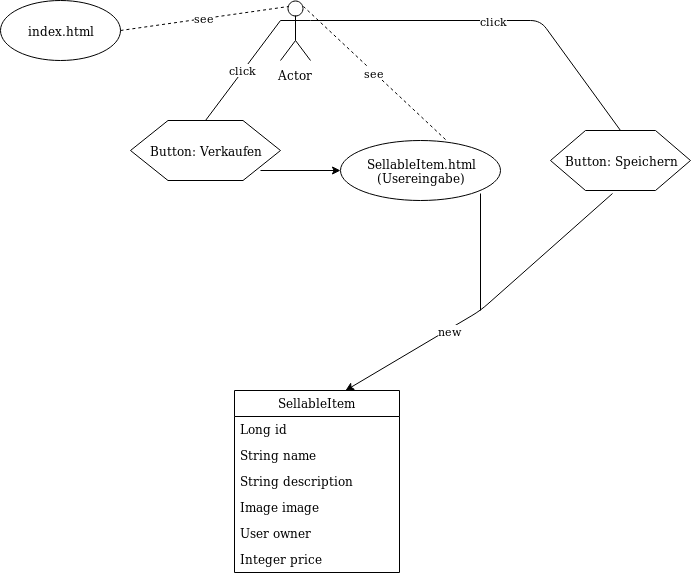
Before: Diagram/newSellableItem.png, a diagram exported from draw.io (Jukre111/Propra-im-Team). Source tidied: cells renumbered, new cells last; positions are measured from the earlier drawing's top-left corner, leaving out a move shared by most shapes. Source of this version:
```xml
<mxGraphModel>
  <root>
    <mxCell id="0" />
    <mxCell id="1" parent="0" />
    <mxCell id="2" value="Actor" style="shape=umlActor;verticalLabelPosition=bottom;labelBackgroundColor=#ffffff;verticalAlign=top;html=1;outlineConnect=0;" parent="1" vertex="1">
      <mxGeometry x="280" width="30" height="60" as="geometry" />
    </mxCell>
    <mxCell id="3" value="index.html" style="ellipse;whiteSpace=wrap;html=1;" parent="1" vertex="1">
      <mxGeometry width="120" height="60" as="geometry" />
    </mxCell>
    <mxCell id="4" value="see" style="endArrow=none;dashed=1;html=1;exitX=1;exitY=0.5;exitDx=0;exitDy=0;entryX=0.25;entryY=0.1;entryDx=0;entryDy=0;entryPerimeter=0;" parent="1" edge="1" source="3" target="2">
      <mxGeometry relative="1" as="geometry" />
    </mxCell>
    <mxCell id="5" value="Button: Verkaufen" style="shape=hexagon;perimeter=hexagonPerimeter2;whiteSpace=wrap;html=1;" parent="1" vertex="1">
      <mxGeometry x="130" y="120" width="150" height="60" as="geometry" />
    </mxCell>
    <mxCell id="6" value="click" style="endArrow=none;html=1;entryX=0;entryY=0.3333333333333333;entryDx=0;entryDy=0;entryPerimeter=0;exitX=0.5;exitY=0;exitDx=0;exitDy=0;" parent="1" edge="1" source="5" target="2">
      <mxGeometry relative="1" as="geometry" />
    </mxCell>
    <mxCell id="7" style="endArrow=classic;html=1;exitX=0.867;exitY=0.833;exitDx=0;exitDy=0;exitPerimeter=0;" parent="1" edge="1" source="5">
      <mxGeometry relative="1" as="geometry">
        <mxPoint x="340" y="170" as="targetPoint" />
      </mxGeometry>
    </mxCell>
    <mxCell id="8" value="&lt;div&gt;SellableItem.html&lt;/div&gt;&lt;div&gt;(Usereingabe)&lt;br&gt;&lt;/div&gt;" style="ellipse;whiteSpace=wrap;html=1;" parent="1" vertex="1">
      <mxGeometry x="340" y="140" width="160" height="60" as="geometry" />
    </mxCell>
    <mxCell id="9" value="see" style="endArrow=none;dashed=1;html=1;entryX=0.75;entryY=0.1;entryDx=0;entryDy=0;entryPerimeter=0;exitX=0.656;exitY=-0.017;exitDx=0;exitDy=0;exitPerimeter=0;" parent="1" edge="1" source="8" target="2">
      <mxGeometry relative="1" as="geometry" />
    </mxCell>
    <mxCell id="10" value="Button: Speichern" style="shape=hexagon;perimeter=hexagonPerimeter2;whiteSpace=wrap;html=1;" parent="1" vertex="1">
      <mxGeometry x="550" y="130" width="140" height="60" as="geometry" />
    </mxCell>
    <mxCell id="11" value="click" style="endArrow=none;html=1;entryX=0.5;entryY=0;entryDx=0;entryDy=0;" parent="1" edge="1" target="10">
      <mxGeometry relative="1" as="geometry">
        <mxPoint x="310" y="20" as="sourcePoint" />
        <Array as="points">
          <mxPoint x="540" y="20" />
        </Array>
      </mxGeometry>
    </mxCell>
    <mxCell id="12" value="new" style="endArrow=classic;html=1;exitX=0.443;exitY=1.05;exitDx=0;exitDy=0;exitPerimeter=0;entryX=1;entryY=0.183;entryDx=0;entryDy=0;entryPerimeter=0;" parent="1" edge="1" source="10">
      <mxGeometry x="0.28" y="2" relative="1" as="geometry">
        <mxPoint x="345" y="390" as="targetPoint" />
        <Array as="points">
          <mxPoint x="480" y="310" />
        </Array>
      </mxGeometry>
    </mxCell>
    <mxCell id="13" style="endArrow=none;html=1;" parent="1" edge="1">
      <mxGeometry relative="1" as="geometry">
        <mxPoint x="480" y="310" as="sourcePoint" />
        <mxPoint x="480" y="193" as="targetPoint" />
      </mxGeometry>
    </mxCell>
    <mxCell id="14" value="SellableItem" style="swimlane;fontStyle=0;horizontal=1;startSize=26;fillColor=none;" parent="1" vertex="1">
      <mxGeometry x="234" y="390" width="165" height="182" as="geometry" />
    </mxCell>
    <mxCell id="15" value="Long id" style="text;strokeColor=none;fillColor=none;align=left;verticalAlign=top;spacingLeft=4;spacingRight=4;overflow=hidden;" parent="14" vertex="1">
      <mxGeometry y="26" width="165" height="26" as="geometry" />
    </mxCell>
    <mxCell id="16" value="String name" style="text;strokeColor=none;fillColor=none;align=left;verticalAlign=top;spacingLeft=4;spacingRight=4;overflow=hidden;" parent="14" vertex="1">
      <mxGeometry y="52" width="165" height="26" as="geometry" />
    </mxCell>
    <mxCell id="17" value="String description" style="text;strokeColor=none;fillColor=none;align=left;verticalAlign=top;spacingLeft=4;spacingRight=4;overflow=hidden;" parent="14" vertex="1">
      <mxGeometry y="78" width="165" height="26" as="geometry" />
    </mxCell>
    <mxCell id="18" value="Image image" style="text;strokeColor=none;fillColor=none;align=left;verticalAlign=top;spacingLeft=4;spacingRight=4;overflow=hidden;" parent="14" vertex="1">
      <mxGeometry y="104" width="165" height="26" as="geometry" />
    </mxCell>
    <mxCell id="19" value="User owner" style="text;strokeColor=none;fillColor=none;align=left;verticalAlign=top;spacingLeft=4;spacingRight=4;overflow=hidden;" parent="14" vertex="1">
      <mxGeometry y="130" width="165" height="26" as="geometry" />
    </mxCell>
    <mxCell id="20" value="Integer price" style="text;strokeColor=none;fillColor=none;align=left;verticalAlign=top;spacingLeft=4;spacingRight=4;overflow=hidden;" parent="14" vertex="1">
      <mxGeometry y="156" width="165" height="26" as="geometry" />
    </mxCell>
  </root>
</mxGraphModel>
```
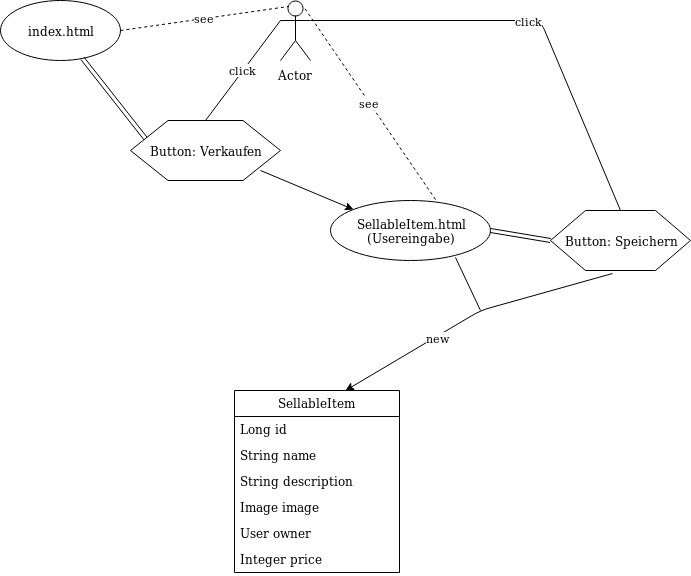
After the commit.

Change to the diagram source:
```diff
@@ -17,19 +17,17 @@
     <mxCell id="6" value="click" style="endArrow=none;html=1;entryX=0;entryY=0.3333333333333333;entryDx=0;entryDy=0;entryPerimeter=0;exitX=0.5;exitY=0;exitDx=0;exitDy=0;" parent="1" edge="1" source="5" target="2">
       <mxGeometry relative="1" as="geometry" />
     </mxCell>
-    <mxCell id="7" style="endArrow=classic;html=1;exitX=0.867;exitY=0.833;exitDx=0;exitDy=0;exitPerimeter=0;" parent="1" edge="1" source="5">
-      <mxGeometry relative="1" as="geometry">
-        <mxPoint x="340" y="170" as="targetPoint" />
-      </mxGeometry>
+    <mxCell id="7" style="endArrow=classic;html=1;exitX=0.867;exitY=0.833;exitDx=0;exitDy=0;exitPerimeter=0;entryX=0;entryY=0;entryDx=0;entryDy=0;" parent="1" edge="1" source="5" target="8">
+      <mxGeometry relative="1" as="geometry" />
     </mxCell>
     <mxCell id="8" value="&lt;div&gt;SellableItem.html&lt;/div&gt;&lt;div&gt;(Usereingabe)&lt;br&gt;&lt;/div&gt;" style="ellipse;whiteSpace=wrap;html=1;" parent="1" vertex="1">
-      <mxGeometry x="340" y="140" width="160" height="60" as="geometry" />
+      <mxGeometry x="330" y="200" width="160" height="60" as="geometry" />
     </mxCell>
     <mxCell id="9" value="see" style="endArrow=none;dashed=1;html=1;entryX=0.75;entryY=0.1;entryDx=0;entryDy=0;entryPerimeter=0;exitX=0.656;exitY=-0.017;exitDx=0;exitDy=0;exitPerimeter=0;" parent="1" edge="1" source="8" target="2">
       <mxGeometry relative="1" as="geometry" />
     </mxCell>
     <mxCell id="10" value="Button: Speichern" style="shape=hexagon;perimeter=hexagonPerimeter2;whiteSpace=wrap;html=1;" parent="1" vertex="1">
-      <mxGeometry x="550" y="130" width="140" height="60" as="geometry" />
+      <mxGeometry x="550" y="210" width="140" height="60" as="geometry" />
     </mxCell>
     <mxCell id="11" value="click" style="endArrow=none;html=1;entryX=0.5;entryY=0;entryDx=0;entryDy=0;" parent="1" edge="1" target="10">
       <mxGeometry relative="1" as="geometry">
@@ -47,10 +45,9 @@
         </Array>
       </mxGeometry>
     </mxCell>
-    <mxCell id="13" style="endArrow=none;html=1;" parent="1" edge="1">
+    <mxCell id="13" style="endArrow=none;html=1;entryX=0.781;entryY=0.95;entryDx=0;entryDy=0;entryPerimeter=0;" parent="1" edge="1" target="8">
       <mxGeometry relative="1" as="geometry">
         <mxPoint x="480" y="310" as="sourcePoint" />
-        <mxPoint x="480" y="193" as="targetPoint" />
       </mxGeometry>
     </mxCell>
     <mxCell id="14" value="SellableItem" style="swimlane;fontStyle=0;horizontal=1;startSize=26;fillColor=none;" parent="1" vertex="1">
@@ -74,5 +71,11 @@
     <mxCell id="20" value="Integer price" style="text;strokeColor=none;fillColor=none;align=left;verticalAlign=top;spacingLeft=4;spacingRight=4;overflow=hidden;" parent="14" vertex="1">
       <mxGeometry y="156" width="165" height="26" as="geometry" />
     </mxCell>
+    <mxCell id="21" style="shape=link;html=1;exitX=1;exitY=0.5;exitDx=0;exitDy=0;entryX=0;entryY=0.5;entryDx=0;entryDy=0;" parent="1" edge="1" source="8" target="10">
+      <mxGeometry relative="1" as="geometry" />
+    </mxCell>
+    <mxCell id="22" style="shape=link;html=1;exitX=0;exitY=0.25;exitDx=0;exitDy=0;" parent="1" edge="1" source="5" target="3">
+      <mxGeometry relative="1" as="geometry" />
+    </mxCell>
   </root>
 </mxGraphModel>
```
